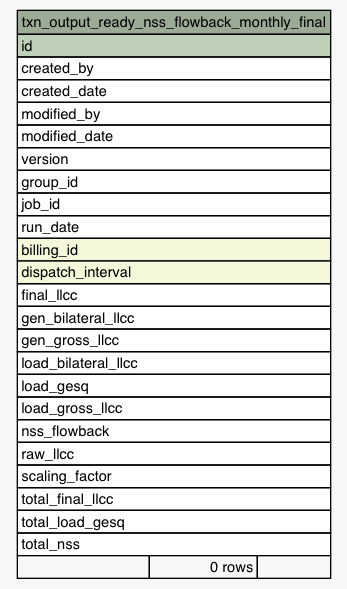
Before: Data/settlement/diagrams/summary/txn_output_ready_nss_flowback_monthly_final.1degree.png, a diagram exported from Graphviz (eyana-m/python-data-dictionary-writer). Its source is kept beside it as Data/settlement/diagrams/summary/txn_output_ready_nss_flowback_monthly_final.1degree.dot. Its diagram source:
```dot
digraph "txn_output_ready_nss_flowback_monthly_final" {
  graph [
    rankdir="RL"
    bgcolor="#f7f7f7"
    nodesep="0.18"
    ranksep="0.46"
    fontname="Helvetica"
    fontsize="11"
  ];
  node [
    fontname="Helvetica"
    fontsize="11"
    shape="plaintext"
  ];
  edge [
    arrowsize="0.8"
  ];
  "txn_output_ready_nss_flowback_monthly_final" [
    label=<
    <TABLE BORDER="0" CELLBORDER="1" CELLSPACING="0" BGCOLOR="#ffffff">
      <TR><TD COLSPAN="3" BGCOLOR="#9bab96" ALIGN="CENTER">txn_output_ready_nss_flowback_monthly_final</TD></TR>
      <TR><TD PORT="id" COLSPAN="3" BGCOLOR="#bed1b8" ALIGN="LEFT">id</TD></TR>
      <TR><TD PORT="created_by" COLSPAN="3" ALIGN="LEFT">created_by</TD></TR>
      <TR><TD PORT="created_date" COLSPAN="3" ALIGN="LEFT">created_date</TD></TR>
      <TR><TD PORT="modified_by" COLSPAN="3" ALIGN="LEFT">modified_by</TD></TR>
      <TR><TD PORT="modified_date" COLSPAN="3" ALIGN="LEFT">modified_date</TD></TR>
      <TR><TD PORT="version" COLSPAN="3" ALIGN="LEFT">version</TD></TR>
      <TR><TD PORT="group_id" COLSPAN="3" ALIGN="LEFT">group_id</TD></TR>
      <TR><TD PORT="job_id" COLSPAN="3" ALIGN="LEFT">job_id</TD></TR>
      <TR><TD PORT="run_date" COLSPAN="3" ALIGN="LEFT">run_date</TD></TR>
      <TR><TD PORT="billing_id" COLSPAN="3" BGCOLOR="#f4f7da" ALIGN="LEFT">billing_id</TD></TR>
      <TR><TD PORT="dispatch_interval" COLSPAN="3" BGCOLOR="#f4f7da" ALIGN="LEFT">dispatch_interval</TD></TR>
      <TR><TD PORT="final_llcc" COLSPAN="3" ALIGN="LEFT">final_llcc</TD></TR>
      <TR><TD PORT="gen_bilateral_llcc" COLSPAN="3" ALIGN="LEFT">gen_bilateral_llcc</TD></TR>
      <TR><TD PORT="gen_gross_llcc" COLSPAN="3" ALIGN="LEFT">gen_gross_llcc</TD></TR>
      <TR><TD PORT="load_bilateral_llcc" COLSPAN="3" ALIGN="LEFT">load_bilateral_llcc</TD></TR>
      <TR><TD PORT="load_gesq" COLSPAN="3" ALIGN="LEFT">load_gesq</TD></TR>
      <TR><TD PORT="load_gross_llcc" COLSPAN="3" ALIGN="LEFT">load_gross_llcc</TD></TR>
      <TR><TD PORT="nss_flowback" COLSPAN="3" ALIGN="LEFT">nss_flowback</TD></TR>
      <TR><TD PORT="raw_llcc" COLSPAN="3" ALIGN="LEFT">raw_llcc</TD></TR>
      <TR><TD PORT="scaling_factor" COLSPAN="3" ALIGN="LEFT">scaling_factor</TD></TR>
      <TR><TD PORT="total_final_llcc" COLSPAN="3" ALIGN="LEFT">total_final_llcc</TD></TR>
      <TR><TD PORT="total_load_gesq" COLSPAN="3" ALIGN="LEFT">total_load_gesq</TD></TR>
      <TR><TD PORT="total_nss" COLSPAN="3" ALIGN="LEFT">total_nss</TD></TR>
      <TR><TD ALIGN="LEFT" BGCOLOR="#f7f7f7">  </TD><TD ALIGN="RIGHT" BGCOLOR="#f7f7f7">0 rows</TD><TD ALIGN="RIGHT" BGCOLOR="#f7f7f7">  </TD></TR>
    </TABLE>>
    URL="tables/txn_output_ready_nss_flowback_monthly_final.html"
    tooltip="txn_output_ready_nss_flowback_monthly_final"
  ];
}
```
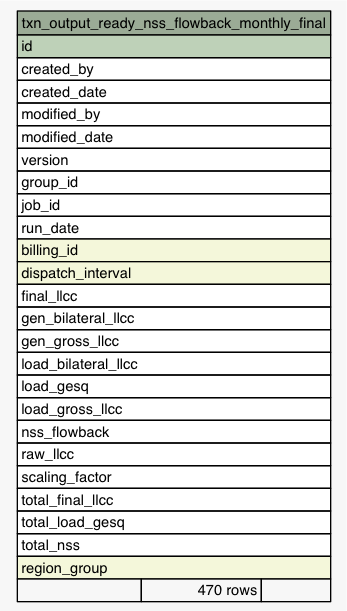
The same file after the commit.

Diff of the diagram source:
```diff
@@ -42,7 +42,8 @@
       <TR><TD PORT="total_final_llcc" COLSPAN="3" ALIGN="LEFT">total_final_llcc</TD></TR>
       <TR><TD PORT="total_load_gesq" COLSPAN="3" ALIGN="LEFT">total_load_gesq</TD></TR>
       <TR><TD PORT="total_nss" COLSPAN="3" ALIGN="LEFT">total_nss</TD></TR>
-      <TR><TD ALIGN="LEFT" BGCOLOR="#f7f7f7">  </TD><TD ALIGN="RIGHT" BGCOLOR="#f7f7f7">0 rows</TD><TD ALIGN="RIGHT" BGCOLOR="#f7f7f7">  </TD></TR>
+      <TR><TD PORT="region_group" COLSPAN="3" BGCOLOR="#f4f7da" ALIGN="LEFT">region_group</TD></TR>
+      <TR><TD ALIGN="LEFT" BGCOLOR="#f7f7f7">  </TD><TD ALIGN="RIGHT" BGCOLOR="#f7f7f7">470 rows</TD><TD ALIGN="RIGHT" BGCOLOR="#f7f7f7">  </TD></TR>
     </TABLE>>
     URL="tables/txn_output_ready_nss_flowback_monthly_final.html"
     tooltip="txn_output_ready_nss_flowback_monthly_final"
```
